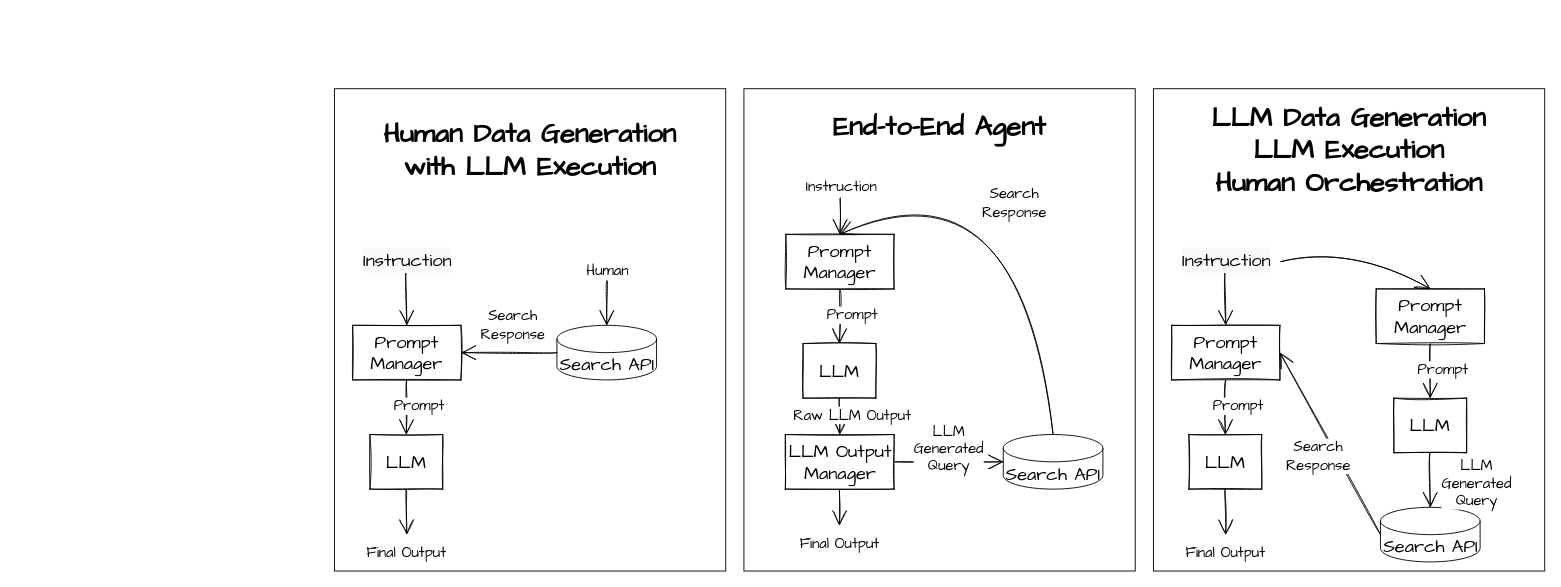
Above: page "Agents" (2 of 2) of img/LLMsTextSketch.drawio in dshieble/dshieble.github.io (draw.io), before the change. Source tidied: cells renumbered, new cells numbered last; positions are measured from the earlier drawing's top-left corner, leaving out a move shared by most shapes. Both pictures are drawn from the tidied source at 91%, with x=0, y=0 at pixel (334, 88).
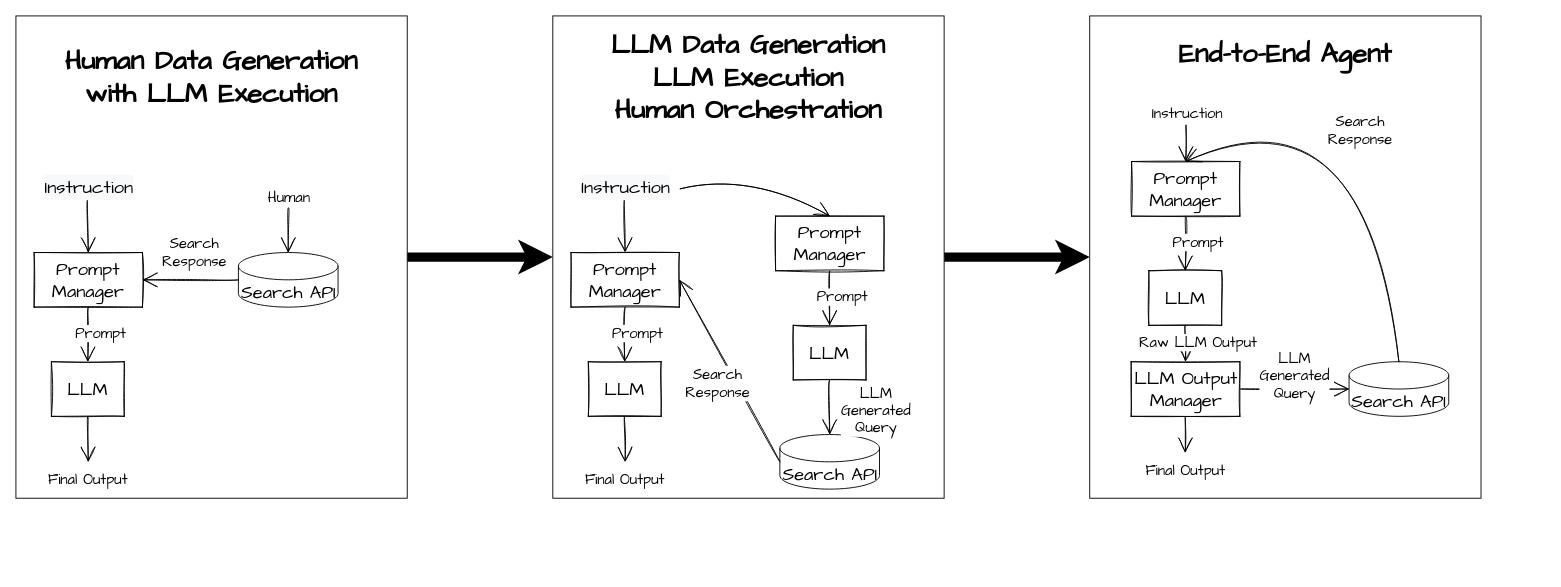
After the change.

Diff of the diagram source:
```diff
@@
+    <mxCell id="35" style="edgeStyle=orthogonalEdgeStyle;rounded=0;jettySize=auto;html=1;exitX=1;exitY=0.5;exitDx=0;exitDy=0;entryX=0;entryY=0.5;entryDx=0;entryDy=0;strokeWidth=10;" parent="1" edge="1" source="2" target="22">
+      <mxGeometry relative="1" as="geometry" />
+    </mxCell>
     <mxCell id="2" value="&lt;b style=&quot;border-color: var(--border-color); font-family: &amp;quot;Architects Daughter&amp;quot;;&quot;&gt;&lt;font style=&quot;border-color: var(--border-color); font-size: 30px;&quot;&gt;Human Data Generation &lt;br&gt;with LLM Execution&lt;br&gt;&lt;br&gt;&lt;br&gt;&lt;br&gt;&lt;br&gt;&lt;br&gt;&lt;br&gt;&lt;br&gt;&lt;br&gt;&lt;br&gt;&lt;br&gt;&lt;br style=&quot;border-color: var(--border-color);&quot;&gt;&lt;/font&gt;&lt;/b&gt;" style="rounded=0;whiteSpace=wrap;html=1;" parent="1" vertex="1">
-      <mxGeometry width="430" height="530" as="geometry" />
+      <mxGeometry x="-350" y="-80" width="430" height="530" as="geometry" />
     </mxCell>
     <mxCell id="3" value="&lt;span style=&quot;color: rgb(0, 0, 0); font-family: &amp;quot;Architects Daughter&amp;quot;; font-style: normal; font-variant-ligatures: normal; font-variant-caps: normal; letter-spacing: normal; orphans: 2; text-align: center; text-indent: 0px; text-transform: none; widows: 2; word-spacing: 0px; -webkit-text-stroke-width: 0px; background-color: rgb(255, 255, 255); text-decoration-thickness: initial; text-decoration-style: initial; text-decoration-color: initial; float: none; display: inline !important;&quot;&gt;&lt;br&gt;&lt;b style=&quot;&quot;&gt;&lt;font style=&quot;font-size: 30px;&quot;&gt;End-to-End Agent&lt;br&gt;&lt;/font&gt;&lt;/b&gt;&lt;br&gt;&lt;br&gt;&lt;br&gt;&lt;br&gt;&lt;br&gt;&lt;br&gt;&lt;br&gt;&lt;br&gt;&lt;br&gt;&lt;br&gt;&lt;br&gt;&lt;br&gt;&lt;br&gt;&lt;br&gt;&lt;br&gt;&lt;br&gt;&lt;br&gt;&lt;br&gt;&lt;br&gt;&lt;br&gt;&lt;br&gt;&lt;br&gt;&lt;br&gt;&lt;br&gt;&lt;br&gt;&lt;br&gt;&lt;br&gt;&lt;br&gt;&lt;br&gt;&lt;br&gt;&lt;/span&gt;" style="rounded=0;whiteSpace=wrap;html=1;" parent="1" vertex="1">
-      <mxGeometry x="450" width="430" height="530" as="geometry" />
+      <mxGeometry x="830" y="-80" width="430" height="530" as="geometry" />
     </mxCell>
     <mxCell id="4" value="Instruction" style="edgeStyle=none;curved=1;rounded=0;sketch=1;hachureGap=4;jettySize=auto;html=1;fontFamily=Architects Daughter;fontSize=16;endArrow=open;startSize=14;endSize=14;sourcePerimeterSpacing=8;targetPerimeterSpacing=8;entryX=0.5;entryY=0;entryDx=0;entryDy=0;" parent="1" edge="1" target="10">
       <mxGeometry x="-1" y="12" relative="1" as="geometry">
-        <mxPoint x="556" y="120" as="sourcePoint" />
+        <mxPoint x="936" y="40" as="sourcePoint" />
         <mxPoint x="-11" y="-12" as="offset" />
       </mxGeometry>
     </mxCell>
     <mxCell id="5" value="&lt;span style=&quot;font-family: &amp;quot;architects daughter&amp;quot; ; font-size: 20px&quot;&gt;Search API&lt;/span&gt;" style="shape=cylinder3;whiteSpace=wrap;html=1;boundedLbl=1;backgroundOutline=1;size=15;" parent="1" vertex="1">
-      <mxGeometry x="735" y="380" width="109.5" height="60" as="geometry" />
+      <mxGeometry x="1115" y="300" width="109.5" height="60" as="geometry" />
     </mxCell>
@@
     <mxCell id="7" value="LLM" style="rounded=0;whiteSpace=wrap;html=1;sketch=1;hachureGap=4;fontFamily=Architects Daughter;fontSize=20;" parent="1" vertex="1">
-      <mxGeometry x="515" y="280" width="80" height="60" as="geometry" />
+      <mxGeometry x="895" y="200" width="80" height="60" as="geometry" />
     </mxCell>
     <mxCell id="8" value="LLM Output Manager" style="rounded=0;whiteSpace=wrap;html=1;sketch=1;hachureGap=4;fontFamily=Architects Daughter;fontSize=20;" parent="1" vertex="1">
-      <mxGeometry x="495.5" y="380" width="119.5" height="60" as="geometry" />
+      <mxGeometry x="875.5" y="300" width="119.5" height="60" as="geometry" />
     </mxCell>
@@
     <mxCell id="10" value="Prompt Manager" style="rounded=0;whiteSpace=wrap;html=1;sketch=1;hachureGap=4;fontFamily=Architects Daughter;fontSize=20;" parent="1" vertex="1">
-      <mxGeometry x="496" y="160" width="119" height="60" as="geometry" />
+      <mxGeometry x="876" y="80" width="119" height="60" as="geometry" />
     </mxCell>
@@
     <mxCell id="12" value="Search&lt;br&gt;Response" style="edgeStyle=none;curved=1;rounded=0;sketch=1;hachureGap=4;jettySize=auto;html=1;fontFamily=Architects Daughter;fontSize=16;endArrow=open;startSize=14;endSize=14;sourcePerimeterSpacing=8;targetPerimeterSpacing=8;exitX=0.5;exitY=0;exitDx=0;exitDy=0;entryX=0.5;entryY=0;entryDx=0;entryDy=0;exitPerimeter=0;" parent="1" edge="1" source="5" target="10">
       <mxGeometry x="-0.03" y="14" relative="1" as="geometry">
         <Array as="points">
-          <mxPoint x="755" y="70" />
+          <mxPoint x="1135" y="-10" />
         </Array>
       </mxGeometry>
     </mxCell>
     <mxCell id="13" value="Final Output" style="edgeStyle=none;curved=1;rounded=0;sketch=1;hachureGap=4;jettySize=auto;html=1;fontFamily=Architects Daughter;fontSize=16;endArrow=open;startSize=14;endSize=14;sourcePerimeterSpacing=8;targetPerimeterSpacing=8;exitX=0.5;exitY=1;exitDx=0;exitDy=0;" parent="1" edge="1" source="8">
       <mxGeometry x="1" y="20" relative="1" as="geometry">
-        <mxPoint x="555" y="480" as="targetPoint" />
+        <mxPoint x="935" y="400" as="targetPoint" />
         <mxPoint x="-20" y="20" as="offset" />
       </mxGeometry>
     </mxCell>
     <mxCell id="14" value="&lt;span style=&quot;font-size: 20px; background-color: rgb(248, 249, 250);&quot;&gt;Instruction&lt;/span&gt;" style="edgeStyle=none;curved=1;rounded=0;sketch=1;hachureGap=4;jettySize=auto;html=1;fontFamily=Architects Daughter;fontSize=16;endArrow=open;startSize=14;endSize=14;sourcePerimeterSpacing=8;targetPerimeterSpacing=8;entryX=0.5;entryY=0;entryDx=0;entryDy=0;" parent="1" edge="1" target="17">
       <mxGeometry x="-1" y="12" relative="1" as="geometry">
-        <mxPoint x="79" y="200" as="sourcePoint" />
+        <mxPoint x="-271" y="120" as="sourcePoint" />
         <mxPoint x="-11" y="-12" as="offset" />
       </mxGeometry>
     </mxCell>
     <mxCell id="15" value="&lt;span style=&quot;font-family: &amp;quot;architects daughter&amp;quot; ; font-size: 20px&quot;&gt;Search API&lt;/span&gt;" style="shape=cylinder3;whiteSpace=wrap;html=1;boundedLbl=1;backgroundOutline=1;size=15;" parent="1" vertex="1">
-      <mxGeometry x="244.5" y="260" width="109.5" height="60" as="geometry" />
+      <mxGeometry x="-105.5" y="180" width="109.5" height="60" as="geometry" />
     </mxCell>
     <mxCell id="16" value="LLM" style="rounded=0;whiteSpace=wrap;html=1;sketch=1;hachureGap=4;fontFamily=Architects Daughter;fontSize=20;" parent="1" vertex="1">
-      <mxGeometry x="39" y="380" width="80" height="60" as="geometry" />
+      <mxGeometry x="-311" y="300" width="80" height="60" as="geometry" />
     </mxCell>
     <mxCell id="17" value="Prompt Manager" style="rounded=0;whiteSpace=wrap;html=1;sketch=1;hachureGap=4;fontFamily=Architects Daughter;fontSize=20;" parent="1" vertex="1">
-      <mxGeometry x="20" y="260" width="119" height="60" as="geometry" />
+      <mxGeometry x="-330" y="180" width="119" height="60" as="geometry" />
     </mxCell>
     <mxCell id="18" value="Prompt" style="edgeStyle=none;curved=1;rounded=0;sketch=1;hachureGap=4;jettySize=auto;html=1;fontFamily=Architects Daughter;fontSize=16;endArrow=open;startSize=14;endSize=14;sourcePerimeterSpacing=8;targetPerimeterSpacing=8;entryX=0.5;entryY=0;entryDx=0;entryDy=0;" parent="1" edge="1" target="16">
       <mxGeometry x="-0.03" y="14" relative="1" as="geometry">
-        <mxPoint x="79.5" y="320" as="sourcePoint" />
+        <mxPoint x="-270.5" y="240" as="sourcePoint" />
       </mxGeometry>
     </mxCell>
     <mxCell id="19" value="Final Output" style="edgeStyle=none;curved=1;rounded=0;sketch=1;hachureGap=4;jettySize=auto;html=1;fontFamily=Architects Daughter;fontSize=16;endArrow=open;startSize=14;endSize=14;sourcePerimeterSpacing=8;targetPerimeterSpacing=8;exitX=0.5;exitY=1;exitDx=0;exitDy=0;" parent="1" edge="1" source="16">
       <mxGeometry x="1" y="20" relative="1" as="geometry">
-        <mxPoint x="79.5" y="490" as="targetPoint" />
+        <mxPoint x="-270.5" y="410" as="targetPoint" />
         <mxPoint x="-20" y="20" as="offset" />
       </mxGeometry>
     </mxCell>
@@
     <mxCell id="21" value="Human&lt;span style=&quot;font-size: 20px; background-color: rgb(248, 249, 250);&quot;&gt;&lt;br&gt;&lt;/span&gt;" style="edgeStyle=none;curved=1;rounded=0;sketch=1;hachureGap=4;jettySize=auto;html=1;fontFamily=Architects Daughter;fontSize=16;endArrow=open;startSize=14;endSize=14;sourcePerimeterSpacing=8;targetPerimeterSpacing=8;entryX=0.5;entryY=0;entryDx=0;entryDy=0;entryPerimeter=0;" parent="1" edge="1" target="15">
       <mxGeometry x="-1" y="12" relative="1" as="geometry">
-        <mxPoint x="299.5" y="210" as="sourcePoint" />
+        <mxPoint x="-50.5" y="130" as="sourcePoint" />
         <mxPoint x="-11" y="-12" as="offset" />
       </mxGeometry>
     </mxCell>
+    <mxCell id="36" style="edgeStyle=orthogonalEdgeStyle;rounded=0;jettySize=auto;html=1;exitX=1;exitY=0.5;exitDx=0;exitDy=0;entryX=0;entryY=0.5;entryDx=0;entryDy=0;strokeWidth=10;" parent="1" edge="1" source="22" target="3">
+      <mxGeometry relative="1" as="geometry" />
+    </mxCell>
     <mxCell id="22" value="&lt;b style=&quot;border-color: var(--border-color); font-family: &amp;quot;Architects Daughter&amp;quot;;&quot;&gt;&lt;font style=&quot;border-color: var(--border-color); font-size: 30px;&quot;&gt;LLM Data Generation&lt;br&gt;&lt;b style=&quot;border-color: var(--border-color); font-size: 12px;&quot;&gt;&lt;font style=&quot;border-color: var(--border-color); font-size: 30px;&quot;&gt;LLM Execution&lt;br&gt;Human Orchestration&lt;/font&gt;&lt;/b&gt;&lt;br&gt;&lt;br&gt;&lt;br&gt;&lt;br&gt;&lt;br&gt;&lt;br&gt;&lt;br&gt;&lt;br&gt;&lt;br&gt;&lt;br&gt;&lt;br&gt;&lt;br style=&quot;border-color: var(--border-color);&quot;&gt;&lt;/font&gt;&lt;/b&gt;" style="rounded=0;whiteSpace=wrap;html=1;" parent="1" vertex="1">
-      <mxGeometry x="900" width="430" height="530" as="geometry" />
+      <mxGeometry x="240" y="-80" width="430" height="530" as="geometry" />
     </mxCell>
     <mxCell id="23" value="&lt;span style=&quot;font-size: 20px; background-color: rgb(248, 249, 250);&quot;&gt;Instruction&lt;/span&gt;" style="edgeStyle=none;curved=1;rounded=0;sketch=1;hachureGap=4;jettySize=auto;html=1;fontFamily=Architects Daughter;fontSize=16;endArrow=open;startSize=14;endSize=14;sourcePerimeterSpacing=8;targetPerimeterSpacing=8;entryX=0.5;entryY=0;entryDx=0;entryDy=0;" parent="1" edge="1" target="26">
       <mxGeometry x="-1" y="12" relative="1" as="geometry">
-        <mxPoint x="979" y="200" as="sourcePoint" />
+        <mxPoint x="319" y="120" as="sourcePoint" />
         <mxPoint x="-11" y="-12" as="offset" />
       </mxGeometry>
     </mxCell>
     <mxCell id="24" value="&lt;span style=&quot;font-family: &amp;quot;architects daughter&amp;quot; ; font-size: 20px&quot;&gt;Search API&lt;/span&gt;" style="shape=cylinder3;whiteSpace=wrap;html=1;boundedLbl=1;backgroundOutline=1;size=15;" parent="1" vertex="1">
-      <mxGeometry x="1149.5" y="460" width="109.5" height="60" as="geometry" />
+      <mxGeometry x="489.5" y="380" width="109.5" height="60" as="geometry" />
     </mxCell>
     <mxCell id="25" value="LLM" style="rounded=0;whiteSpace=wrap;html=1;sketch=1;hachureGap=4;fontFamily=Architects Daughter;fontSize=20;" parent="1" vertex="1">
-      <mxGeometry x="939" y="380" width="80" height="60" as="geometry" />
+      <mxGeometry x="279" y="300" width="80" height="60" as="geometry" />
     </mxCell>
     <mxCell id="26" value="Prompt Manager" style="rounded=0;whiteSpace=wrap;html=1;sketch=1;hachureGap=4;fontFamily=Architects Daughter;fontSize=20;" parent="1" vertex="1">
-      <mxGeometry x="920" y="260" width="119" height="60" as="geometry" />
+      <mxGeometry x="260" y="180" width="119" height="60" as="geometry" />
     </mxCell>
     <mxCell id="27" value="Prompt" style="edgeStyle=none;curved=1;rounded=0;sketch=1;hachureGap=4;jettySize=auto;html=1;fontFamily=Architects Daughter;fontSize=16;endArrow=open;startSize=14;endSize=14;sourcePerimeterSpacing=8;targetPerimeterSpacing=8;entryX=0.5;entryY=0;entryDx=0;entryDy=0;" parent="1" edge="1" target="25">
       <mxGeometry x="-0.03" y="14" relative="1" as="geometry">
-        <mxPoint x="979.5" y="320" as="sourcePoint" />
+        <mxPoint x="319.5" y="240" as="sourcePoint" />
       </mxGeometry>
     </mxCell>
     <mxCell id="28" value="Final Output" style="edgeStyle=none;curved=1;rounded=0;sketch=1;hachureGap=4;jettySize=auto;html=1;fontFamily=Architects Daughter;fontSize=16;endArrow=open;startSize=14;endSize=14;sourcePerimeterSpacing=8;targetPerimeterSpacing=8;exitX=0.5;exitY=1;exitDx=0;exitDy=0;" parent="1" edge="1" source="25">
       <mxGeometry x="1" y="20" relative="1" as="geometry">
-        <mxPoint x="979.5" y="490" as="targetPoint" />
+        <mxPoint x="319.5" y="410" as="targetPoint" />
         <mxPoint x="-20" y="20" as="offset" />
       </mxGeometry>
     </mxCell>
@@
     <mxCell id="31" value="LLM" style="rounded=0;whiteSpace=wrap;html=1;sketch=1;hachureGap=4;fontFamily=Architects Daughter;fontSize=20;" parent="1" vertex="1">
-      <mxGeometry x="1164.2" y="340" width="80" height="60" as="geometry" />
+      <mxGeometry x="504.2" y="260" width="80" height="60" as="geometry" />
     </mxCell>
     <mxCell id="32" value="Prompt Manager" style="rounded=0;whiteSpace=wrap;html=1;sketch=1;hachureGap=4;fontFamily=Architects Daughter;fontSize=20;" parent="1" vertex="1">
-      <mxGeometry x="1144.8" y="220" width="119" height="60" as="geometry" />
+      <mxGeometry x="484.8" y="140" width="119" height="60" as="geometry" />
     </mxCell>
@@
     <mxCell id="34" style="edgeStyle=none;curved=1;rounded=0;sketch=1;hachureGap=4;jettySize=auto;html=1;fontFamily=Architects Daughter;fontSize=16;endArrow=open;startSize=14;endSize=14;sourcePerimeterSpacing=8;targetPerimeterSpacing=8;entryX=0.5;entryY=0;entryDx=0;entryDy=0;" parent="1" edge="1" target="32">
       <mxGeometry x="-1" y="12" relative="1" as="geometry">
-        <mxPoint x="1040" y="190" as="sourcePoint" />
+        <mxPoint x="380" y="110" as="sourcePoint" />
         <Array as="points">
-          <mxPoint x="1120" y="170" />
+          <mxPoint x="460" y="90" />
         </Array>
         <mxPoint x="-11" y="-12" as="offset" />
       </mxGeometry>
     </mxCell>
```
